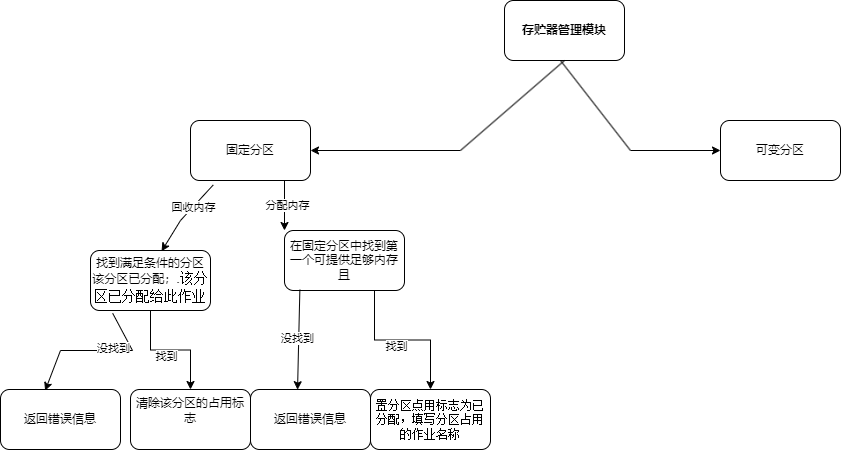
This is draw.io/存贮器管理模块设计.drawio.png from Nessential/draw.io, a draw.io export, as it was before one commit. Source tidied: cells renumbered, new cells last; positions are measured from the earlier drawing's top-left corner, leaving out a move shared by most shapes.
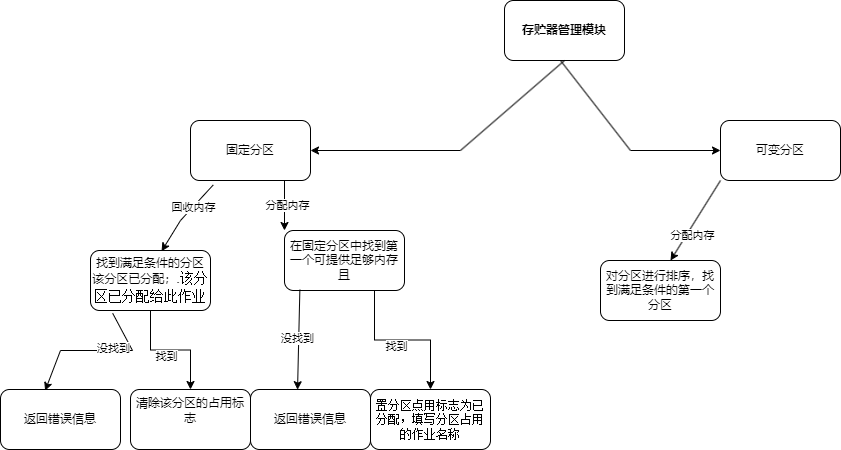
After the commit.

Commit message:
更新存贮器管理模块设计.drawio.png

Diff of the diagram source:
```diff
@@ -101,5 +101,16 @@
     <mxCell id="26" value="可变分区" style="rounded=1;whiteSpace=wrap;html=1;" parent="1" vertex="1">
       <mxGeometry x="720" y="120" width="120" height="60" as="geometry" />
     </mxCell>
+    <mxCell id="27" style="endArrow=classic;html=1;rounded=0;exitX=0;exitY=1;exitDx=0;exitDy=0;" parent="1" edge="1" source="26">
+      <mxGeometry relative="1" as="geometry">
+        <mxPoint x="670" y="260" as="targetPoint" />
+      </mxGeometry>
+    </mxCell>
+    <mxCell id="28" value="分配内存" style="edgeLabel;html=1;align=center;verticalAlign=middle;" parent="27" vertex="1">
+      <mxGeometry x="0.29" y="5" relative="1" as="geometry" />
+    </mxCell>
+    <mxCell id="29" value="对分区进行排序，找到满足条件的第一个分区" style="rounded=1;whiteSpace=wrap;html=1;" parent="1" vertex="1">
+      <mxGeometry x="600" y="260" width="120" height="60" as="geometry" />
+    </mxCell>
   </root>
 </mxGraphModel>
```
